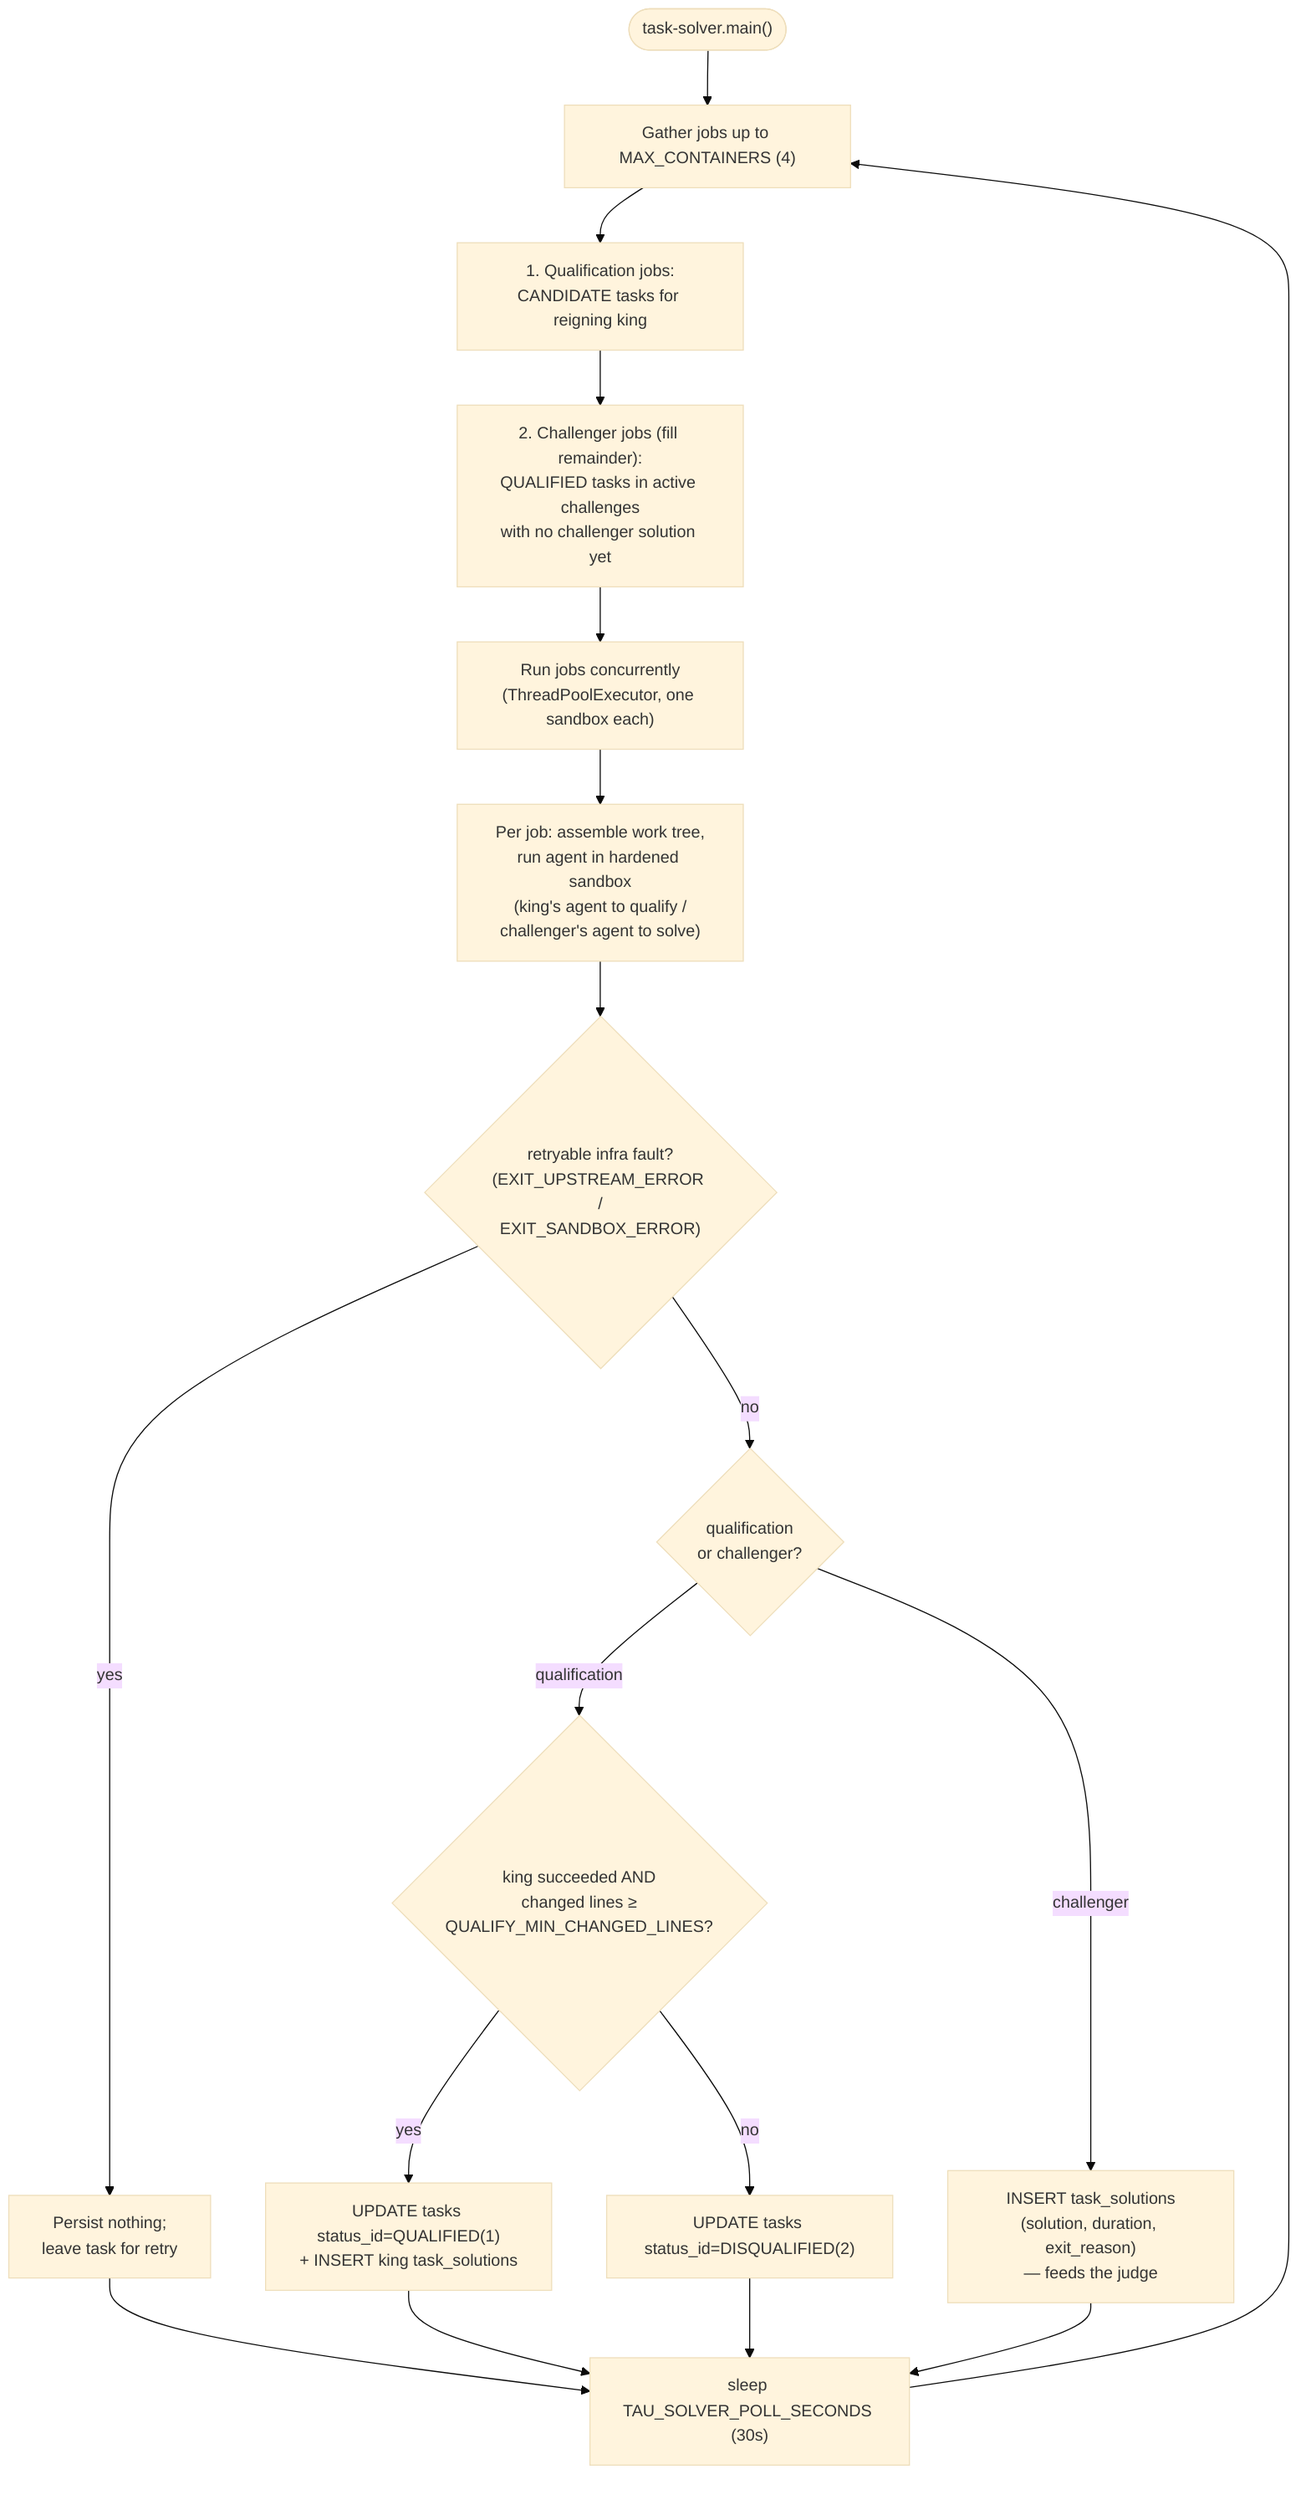
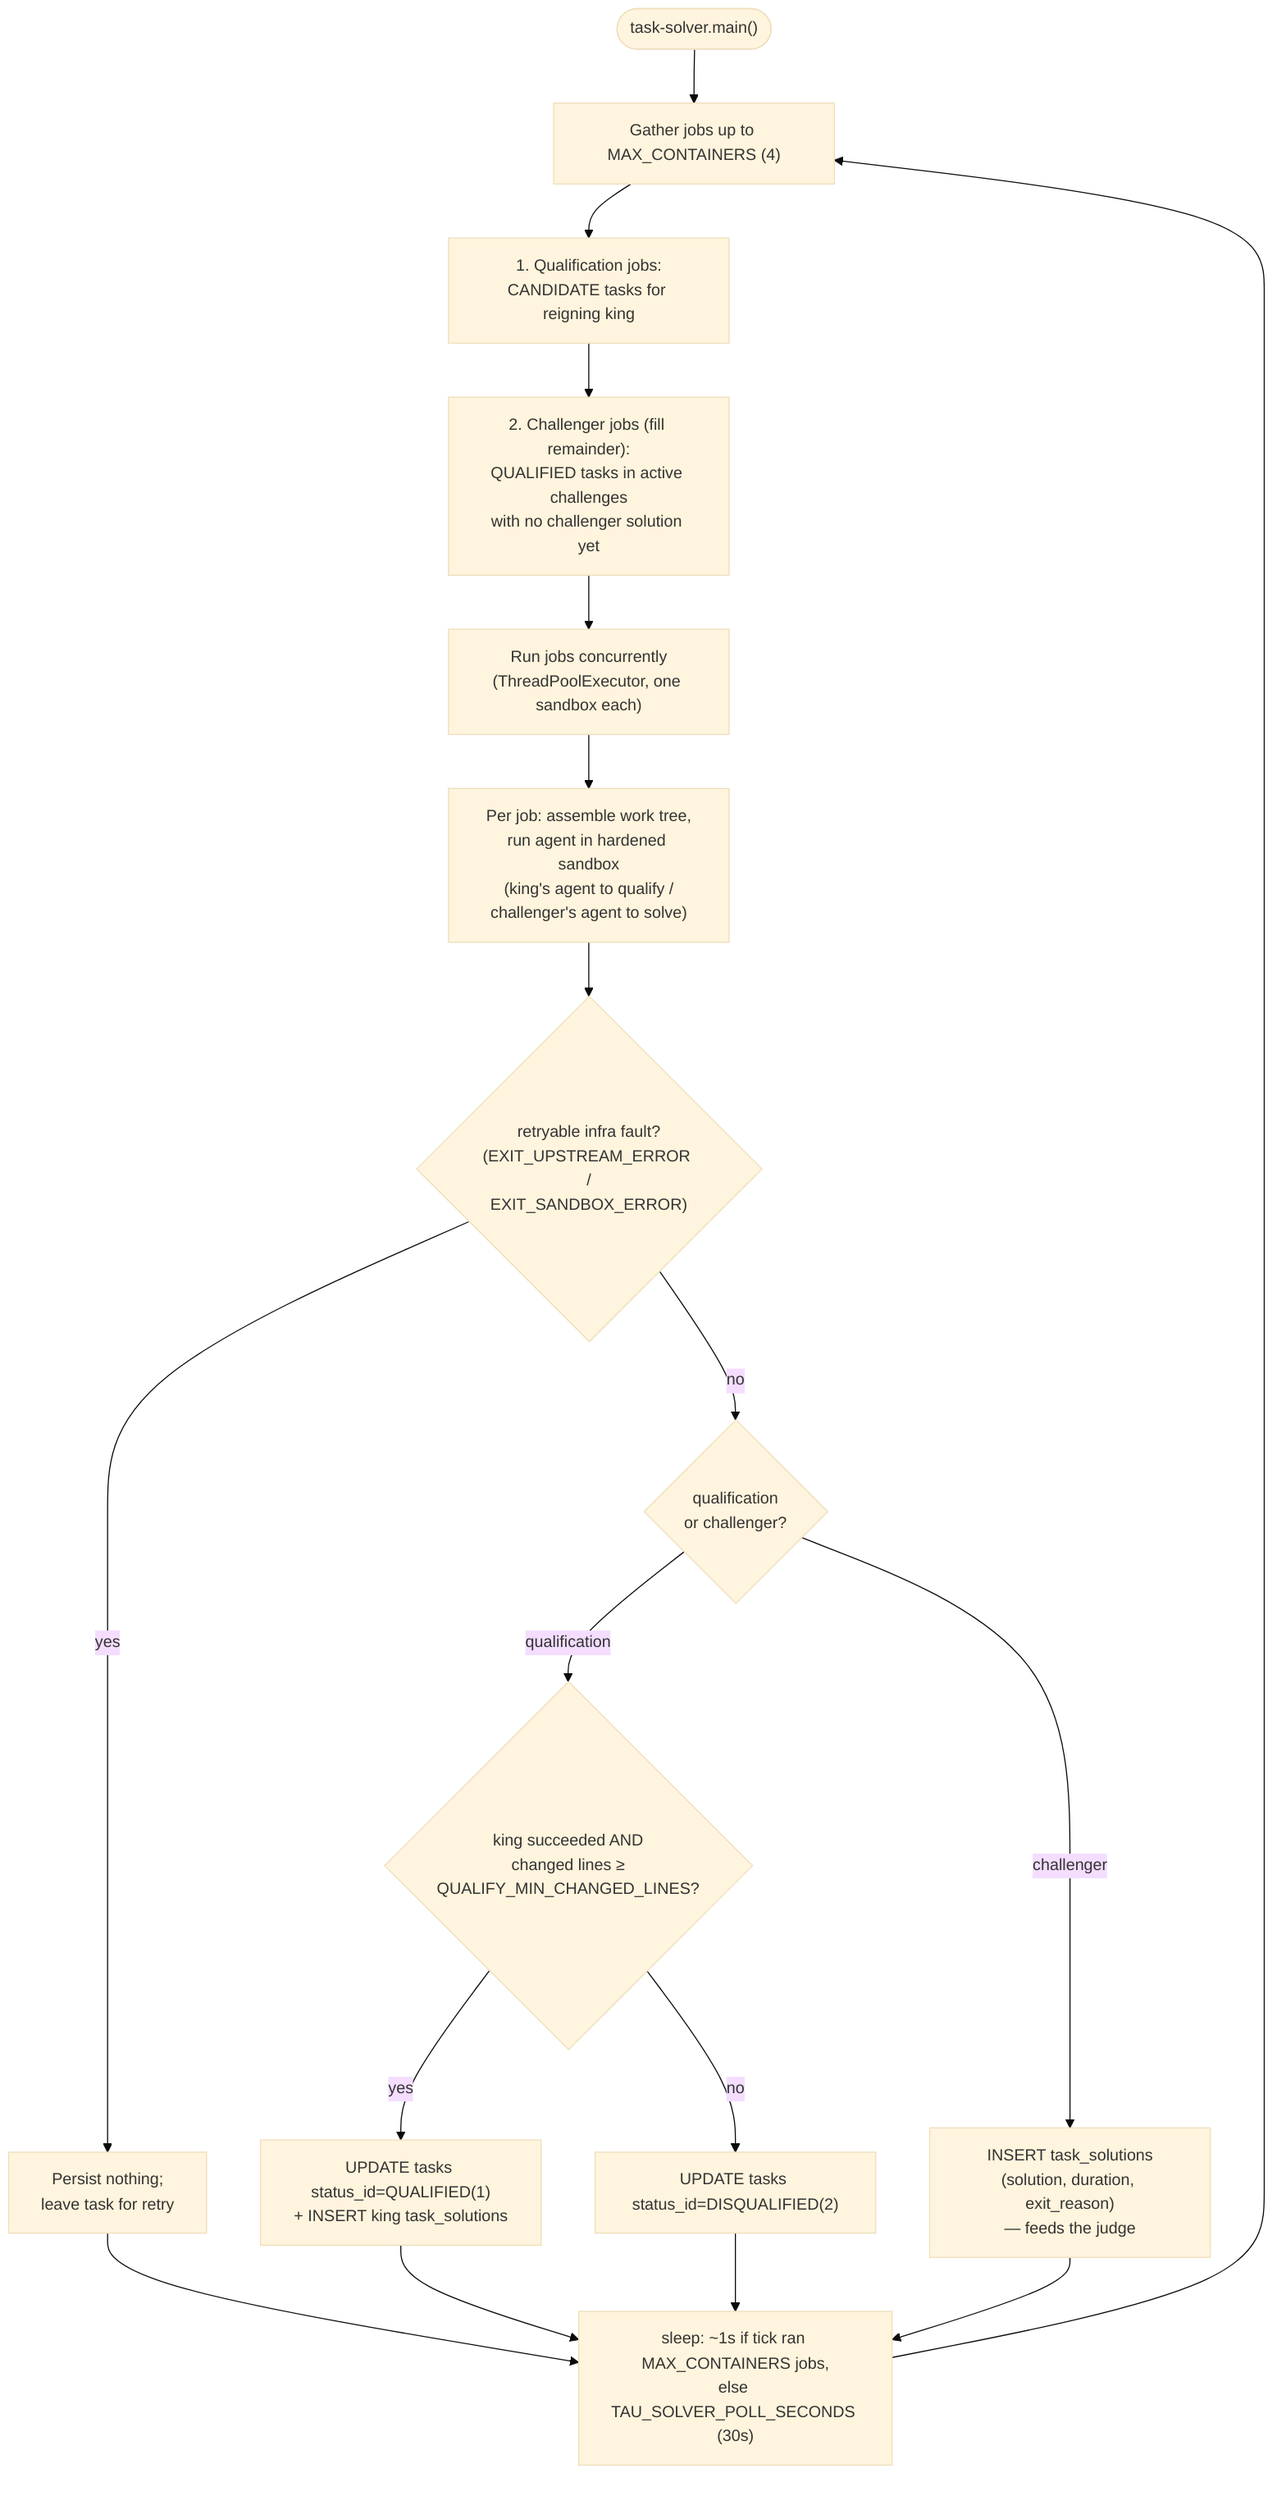
%%{init: {"theme": "base", "themeVariables": {"fontSize": "15px"}}}%%
flowchart TB
    start(["task-solver.main()"]) --> gather["Gather jobs up to MAX_CONTAINERS (4)"]
    gather --> qjobs["1. Qualification jobs:<br/>CANDIDATE tasks for reigning king"]
    qjobs --> cjobs["2. Challenger jobs (fill remainder):<br/>QUALIFIED tasks in active challenges<br/>with no challenger solution yet"]
    cjobs --> pool["Run jobs concurrently<br/>(ThreadPoolExecutor, one sandbox each)"]

    pool --> run["Per job: assemble work tree,<br/>run agent in hardened sandbox<br/>(king's agent to qualify /<br/>challenger's agent to solve)"]
    run --> infra{"retryable infra fault?<br/>(EXIT_UPSTREAM_ERROR /<br/>EXIT_SANDBOX_ERROR)"}
    infra -- yes --> leave["Persist nothing;<br/>leave task for retry"]
    infra -- no --> kind{"qualification<br/>or challenger?"}

    kind -- qualification --> qrule{"king succeeded AND<br/>changed lines ≥<br/>QUALIFY_MIN_CHANGED_LINES?"}
    qrule -- yes --> qual["UPDATE tasks status_id=QUALIFIED(1)<br/>+ INSERT king task_solutions"]
    qrule -- no --> disq["UPDATE tasks status_id=DISQUALIFIED(2)"]

    kind -- challenger --> csave["INSERT task_solutions<br/>(solution, duration, exit_reason)<br/>— feeds the judge"]

-     leave --> sleep["sleep TAU_SOLVER_POLL_SECONDS (30s)"]
+     leave --> sleep["sleep: ~1s if tick ran MAX_CONTAINERS jobs,<br/>else TAU_SOLVER_POLL_SECONDS (30s)"]
    qual --> sleep
    disq --> sleep
    csave --> sleep
    sleep --> gather
